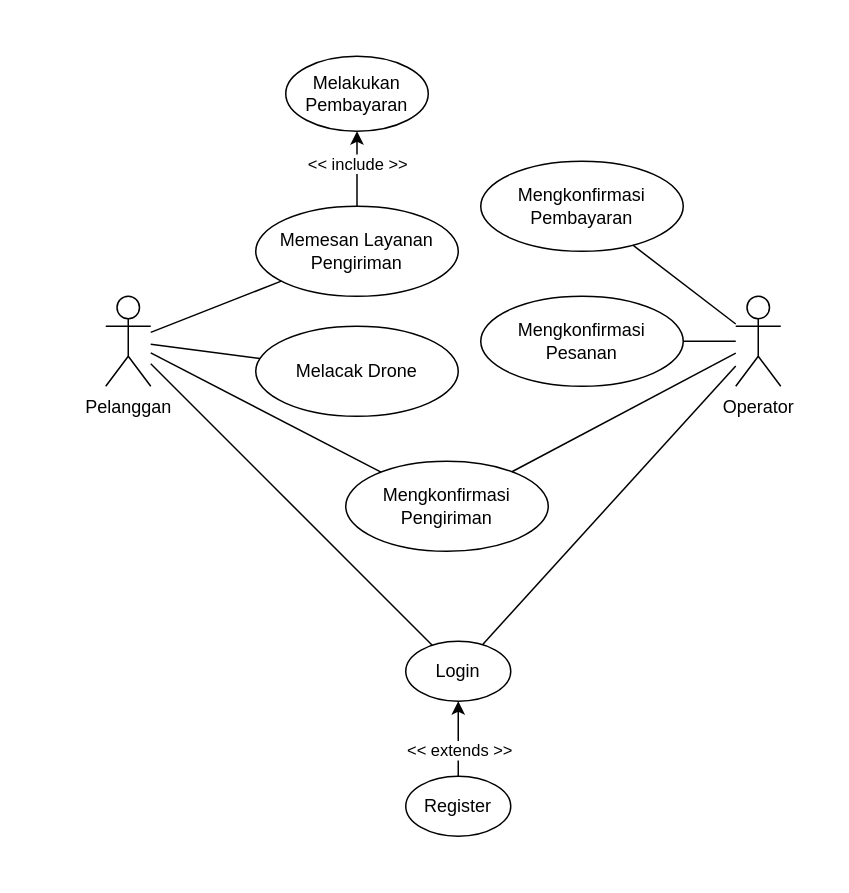
Earlier version of the draw.io diagram use-case-diagram_ AERY.drawio (ahmrh/diagrams.net). Source tidied: cells renumbered, new cells numbered last; positions are measured from the earlier drawing's top-left corner, leaving out a move shared by most shapes. Both pictures are drawn from the tidied source at 150%, with x=0, y=0 at pixel (105, 56).
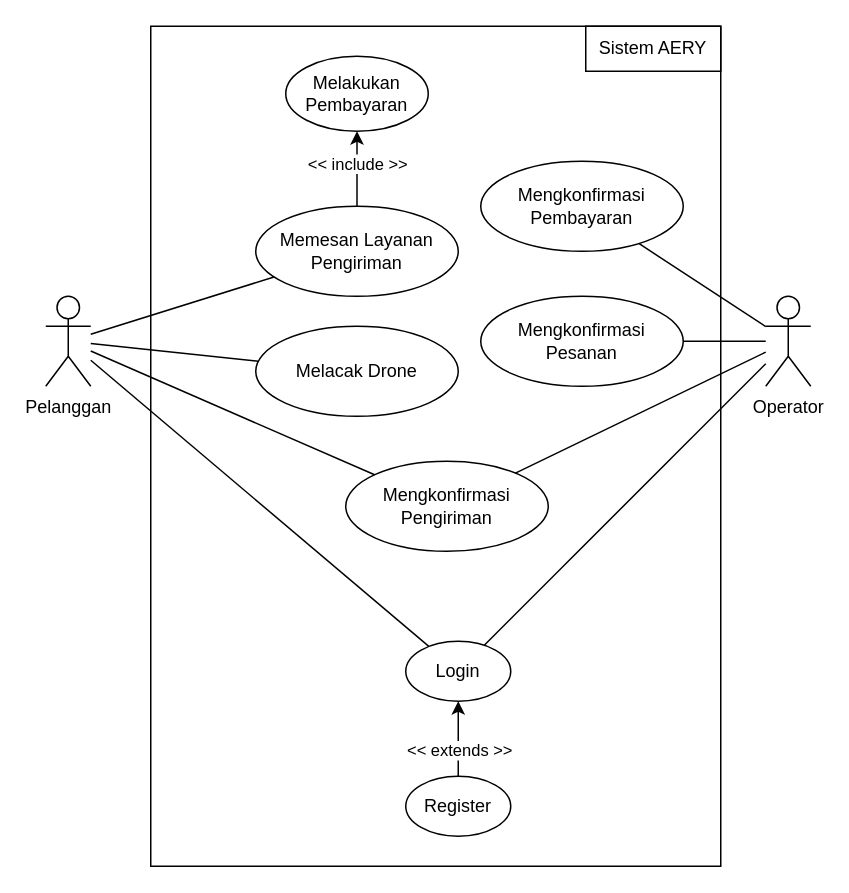
The same page after the edit.

Diff of the diagram source:
```diff
@@
+    <mxCell id="24" style="rounded=0;whiteSpace=wrap;html=1;" parent="1" vertex="1">
+      <mxGeometry x="30" y="-20" width="380" height="560" as="geometry" />
+    </mxCell>
     <mxCell id="2" value="Pelanggan" style="shape=umlActor;verticalLabelPosition=bottom;verticalAlign=top;html=1;outlineConnect=0;" parent="1" vertex="1">
-      <mxGeometry y="160" width="30" height="60" as="geometry" />
+      <mxGeometry x="-40" y="160" width="30" height="60" as="geometry" />
     </mxCell>
     <mxCell id="3" value="Operator" style="shape=umlActor;verticalLabelPosition=bottom;verticalAlign=top;html=1;outlineConnect=0;" parent="1" vertex="1">
-      <mxGeometry x="420" y="160" width="30" height="60" as="geometry" />
+      <mxGeometry x="440" y="160" width="30" height="60" as="geometry" />
     </mxCell>
@@
+    <mxCell id="25" value="Sistem AERY" style="rounded=0;whiteSpace=wrap;html=1;" parent="1" vertex="1">
+      <mxGeometry x="320" y="-20" width="90" height="30" as="geometry" />
+    </mxCell>
```
